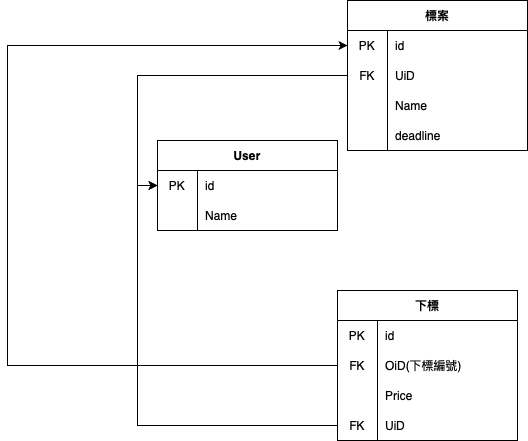
Above: SE-W11.drawio.png in wzr0728/1111SE-W11 (draw.io), before the change. Source tidied: cells renumbered, new cells last; positions are measured from the earlier drawing's top-left corner, leaving out a move shared by most shapes.
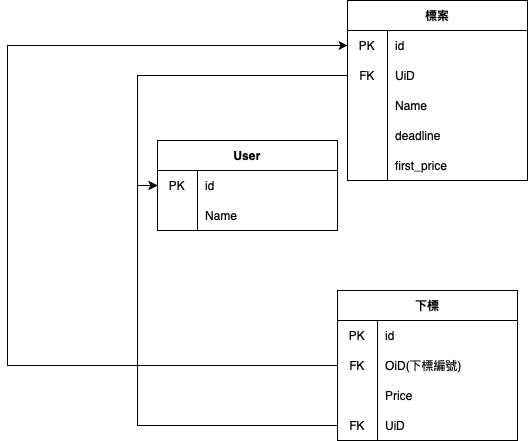
Later version of the same file.

Change to the diagram source:
```diff
@@ -63,7 +63,7 @@
       <mxGeometry x="40" width="140" height="30" as="geometry" />
     </mxCell>
     <mxCell id="22" value="標案" style="shape=table;startSize=30;rowLines=0;fontStyle=1;" parent="1" vertex="1">
-      <mxGeometry x="340" width="180" height="150" as="geometry" />
+      <mxGeometry x="340" width="180" height="180" as="geometry" />
     </mxCell>
     <mxCell id="23" style="shape=tableRow;horizontal=0;startSize=0;swimlaneHead=0;swimlaneBody=0;top=0;left=0;bottom=0;right=0;fillColor=none;points=[[0,0.5],[1,0.5]];portConstraint=eastwest;" parent="22" vertex="1">
       <mxGeometry y="30" width="180" height="30" as="geometry" />
@@ -101,6 +101,15 @@
     <mxCell id="34" value="deadline" style="shape=partialRectangle;html=1;whiteSpace=wrap;fillColor=none;top=0;left=0;bottom=0;right=0;align=left;spacingLeft=6;overflow=hidden;" parent="32" vertex="1">
       <mxGeometry x="40" width="140" height="30" as="geometry" />
     </mxCell>
+    <mxCell id="38" style="shape=tableRow;horizontal=0;startSize=0;swimlaneHead=0;swimlaneBody=0;top=0;left=0;bottom=0;right=0;fillColor=none;" parent="22" vertex="1">
+      <mxGeometry y="150" width="180" height="30" as="geometry" />
+    </mxCell>
+    <mxCell id="39" style="shape=partialRectangle;html=1;whiteSpace=wrap;fillColor=none;top=0;left=0;bottom=0;right=0;overflow=hidden;" parent="38" vertex="1">
+      <mxGeometry width="40" height="30" as="geometry" />
+    </mxCell>
+    <mxCell id="40" value="first_price" style="shape=partialRectangle;html=1;whiteSpace=wrap;fillColor=none;top=0;left=0;bottom=0;right=0;align=left;spacingLeft=6;overflow=hidden;" parent="38" vertex="1">
+      <mxGeometry x="40" width="140" height="30" as="geometry" />
+    </mxCell>
     <mxCell id="35" style="edgeStyle=orthogonalEdgeStyle;rounded=0;jettySize=auto;html=1;exitX=0;exitY=0.5;exitDx=0;exitDy=0;entryX=0;entryY=0.5;entryDx=0;entryDy=0;" parent="1" edge="1" source="26" target="3">
       <mxGeometry relative="1" as="geometry" />
     </mxCell>
```
